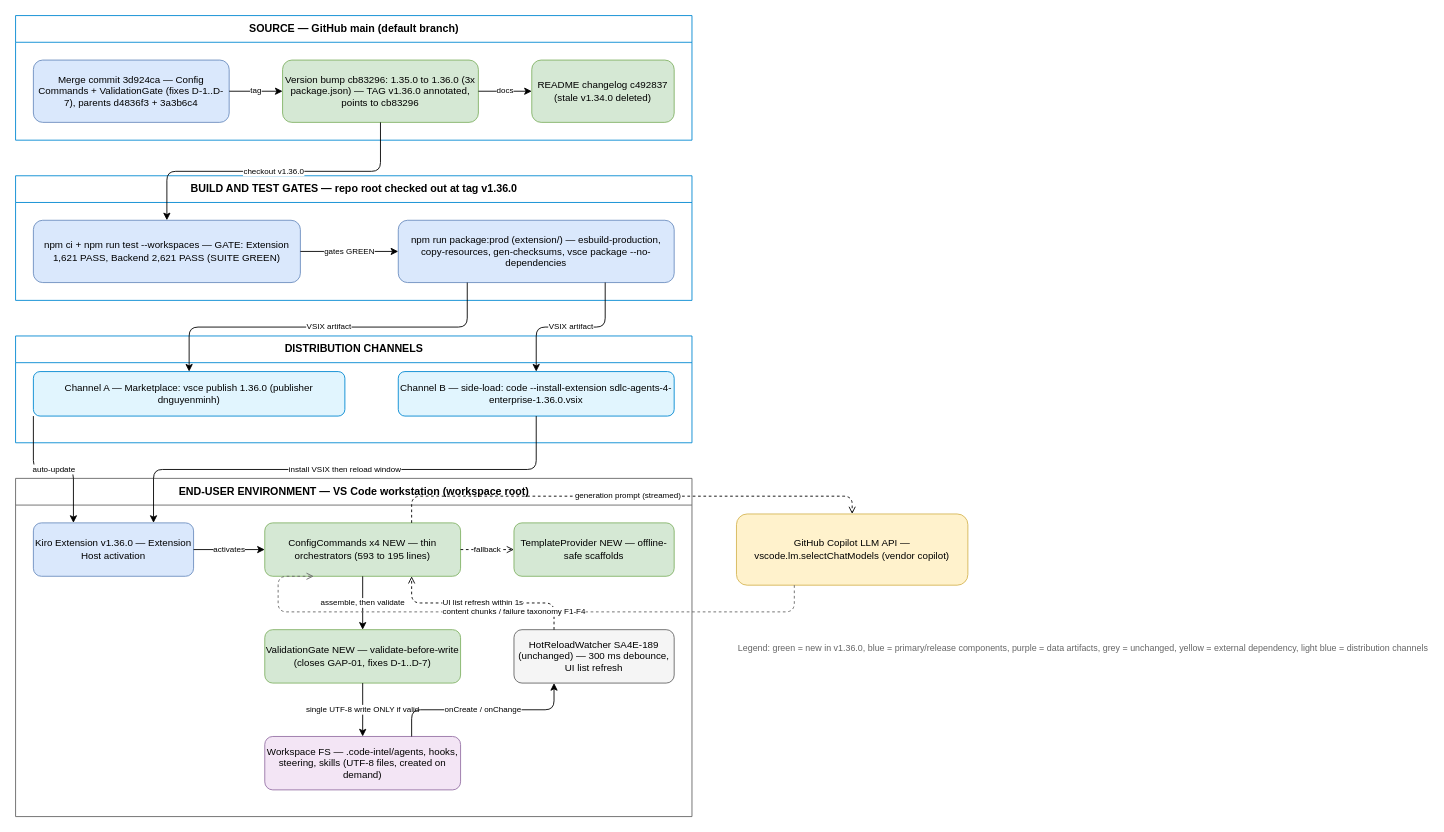
The draw.io diagram documents/SA4E-193/diagrams/deployment-architecture.drawio in TranHoang1/SDLC-Agents-4-Enteprise, before the edit. Source tidied: cells renumbered, new cells numbered last; positions are measured from the earlier drawing's top-left corner, leaving out a move shared by most shapes. Both pictures are drawn from the tidied source at 89%, with x=0, y=0 at pixel (15, 15).
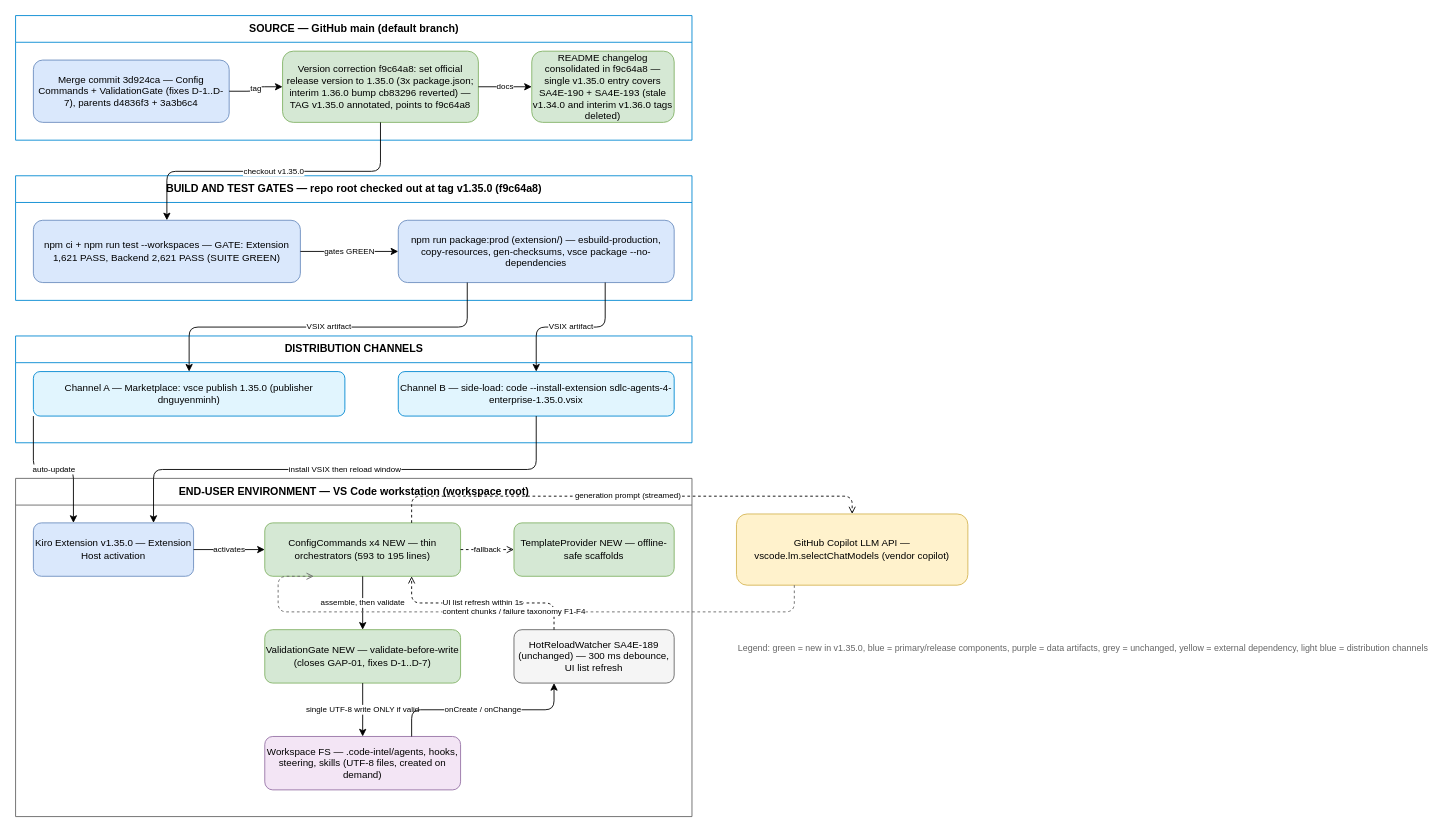
Above is the later version.

Commit message (it also covers changes not shown here):
docs(SA4E-193): correct release version to v1.35.0 — DPG/RLN v1.1, diagrams re-exported, STATUS/RUN-LOG bookkeeping

Unchanged cells that the change refers to:
```xml
<mxCell id="2" value="SOURCE — GitHub main (default branch)" style="swimlane;startSize=30;fillColor=none;strokeColor=#0288d1;html=1;fontStyle=1;fontSize=12;" parent="1" vertex="1">
  <mxGeometry width="760" height="140" as="geometry" />
</mxCell>
<mxCell id="9" value="npm ci + npm run test --workspaces — GATE: Extension 1,621 PASS, Backend 2,621 PASS (SUITE GREEN)" style="rounded=1;whiteSpace=wrap;html=1;fillColor=#dae8fc;strokeColor=#6c8ebf;fontSize=11;" parent="8" vertex="1">
  <mxGeometry x="20" y="50" width="300" height="70" as="geometry" />
</mxCell>
<mxCell id="12" value="DISTRIBUTION CHANNELS" style="swimlane;startSize=30;fillColor=none;strokeColor=#0288d1;html=1;fontStyle=1;fontSize=12;" parent="1" vertex="1">
  <mxGeometry y="360" width="760" height="120" as="geometry" />
</mxCell>
<mxCell id="15" value="END-USER ENVIRONMENT — VS Code workstation (workspace root)" style="swimlane;startSize=30;fillColor=none;strokeColor=#666666;html=1;fontStyle=1;fontSize=12;dashed=0;" parent="1" vertex="1">
  <mxGeometry y="520" width="760" height="380" as="geometry" />
</mxCell>
```

Change to the diagram source:
```diff
@@
-    <mxCell id="4" value="Version bump cb83296: 1.35.0 to 1.36.0 (3x package.json) — TAG v1.36.0 annotated, points to cb83296" style="rounded=1;whiteSpace=wrap;html=1;fillColor=#d5e8d4;strokeColor=#82b366;fontSize=11;" parent="2" vertex="1">
-      <mxGeometry x="300" y="50" width="220" height="70" as="geometry" />
+    <mxCell id="4" value="Version correction f9c64a8: set official release version to 1.35.0 (3x package.json; interim 1.36.0 bump cb83296 reverted) — TAG v1.35.0 annotated, points to f9c64a8" style="rounded=1;whiteSpace=wrap;html=1;fillColor=#d5e8d4;strokeColor=#82b366;fontSize=11;" parent="2" vertex="1">
+      <mxGeometry x="300" y="40" width="220" height="80" as="geometry" />
     </mxCell>
-    <mxCell id="5" value="README changelog c492837 (stale v1.34.0 deleted)" style="rounded=1;whiteSpace=wrap;html=1;fillColor=#d5e8d4;strokeColor=#82b366;fontSize=11;" parent="2" vertex="1">
-      <mxGeometry x="580" y="50" width="160" height="70" as="geometry" />
+    <mxCell id="5" value="README changelog consolidated in f9c64a8 — single v1.35.0 entry covers SA4E-190 + SA4E-193 (stale v1.34.0 and interim v1.36.0 tags deleted)" style="rounded=1;whiteSpace=wrap;html=1;fillColor=#d5e8d4;strokeColor=#82b366;fontSize=11;" parent="2" vertex="1">
+      <mxGeometry x="580" y="40" width="160" height="80" as="geometry" />
     </mxCell>
@@
-    <mxCell id="8" value="BUILD AND TEST GATES — repo root checked out at tag v1.36.0" style="swimlane;startSize=30;fillColor=none;strokeColor=#0288d1;html=1;fontStyle=1;fontSize=12;" parent="1" vertex="1">
+    <mxCell id="8" value="BUILD AND TEST GATES — repo root checked out at tag v1.35.0 (f9c64a8)" style="swimlane;startSize=30;fillColor=none;strokeColor=#0288d1;html=1;fontStyle=1;fontSize=12;" parent="1" vertex="1">
       <mxGeometry y="180" width="760" height="140" as="geometry" />
     </mxCell>
@@
-    <mxCell id="13" value="Channel A — Marketplace: vsce publish 1.36.0 (publisher dnguyenminh)" style="rounded=1;whiteSpace=wrap;html=1;fillColor=#e1f5fe;strokeColor=#0288d1;fontSize=11;" parent="12" vertex="1">
+    <mxCell id="13" value="Channel A — Marketplace: vsce publish 1.35.0 (publisher dnguyenminh)" style="rounded=1;whiteSpace=wrap;html=1;fillColor=#e1f5fe;strokeColor=#0288d1;fontSize=11;" parent="12" vertex="1">
       <mxGeometry x="20" y="40" width="350" height="50" as="geometry" />
     </mxCell>
-    <mxCell id="14" value="Channel B — side-load: code --install-extension sdlc-agents-4-enterprise-1.36.0.vsix" style="rounded=1;whiteSpace=wrap;html=1;fillColor=#e1f5fe;strokeColor=#0288d1;fontSize=11;" parent="12" vertex="1">
+    <mxCell id="14" value="Channel B — side-load: code --install-extension sdlc-agents-4-enterprise-1.35.0.vsix" style="rounded=1;whiteSpace=wrap;html=1;fillColor=#e1f5fe;strokeColor=#0288d1;fontSize=11;" parent="12" vertex="1">
       <mxGeometry x="430" y="40" width="310" height="50" as="geometry" />
     </mxCell>
@@
-    <mxCell id="16" value="Kiro Extension v1.36.0 — Extension Host activation" style="rounded=1;whiteSpace=wrap;html=1;fillColor=#dae8fc;strokeColor=#6c8ebf;fontSize=11;" parent="15" vertex="1">
+    <mxCell id="16" value="Kiro Extension v1.35.0 — Extension Host activation" style="rounded=1;whiteSpace=wrap;html=1;fillColor=#dae8fc;strokeColor=#6c8ebf;fontSize=11;" parent="15" vertex="1">
       <mxGeometry x="20" y="50" width="180" height="60" as="geometry" />
     </mxCell>
@@
-    <mxCell id="29" value="checkout v1.36.0" style="edgeStyle=orthogonalEdgeStyle;rounded=1;html=1;endArrow=classic;endFill=1;fontSize=9;exitX=0.5;exitY=1;exitDx=0;exitDy=0;entryX=0.5;entryY=0;entryDx=0;entryDy=0;" parent="1" edge="1" source="4" target="9">
+    <mxCell id="29" value="checkout v1.35.0" style="edgeStyle=orthogonalEdgeStyle;rounded=1;html=1;endArrow=classic;endFill=1;fontSize=9;exitX=0.5;exitY=1;exitDx=0;exitDy=0;entryX=0.5;entryY=0;entryDx=0;entryDy=0;" parent="1" edge="1" source="4" target="9">
       <mxGeometry relative="1" as="geometry" />
     </mxCell>
@@
-    <mxCell id="36" value="Legend: green = new in v1.36.0, blue = primary/release components, purple = data artifacts, grey = unchanged, yellow = external dependency, light blue = distribution channels" style="text;html=1;align=left;verticalAlign=middle;fontSize=10;fontColor=#666666;" parent="1" vertex="1">
+    <mxCell id="36" value="Legend: green = new in v1.35.0, blue = primary/release components, purple = data artifacts, grey = unchanged, yellow = external dependency, light blue = distribution channels" style="text;html=1;align=left;verticalAlign=middle;fontSize=10;fontColor=#666666;" parent="1" vertex="1">
       <mxGeometry x="810" y="680" width="280" height="60" as="geometry" />
     </mxCell>
```
